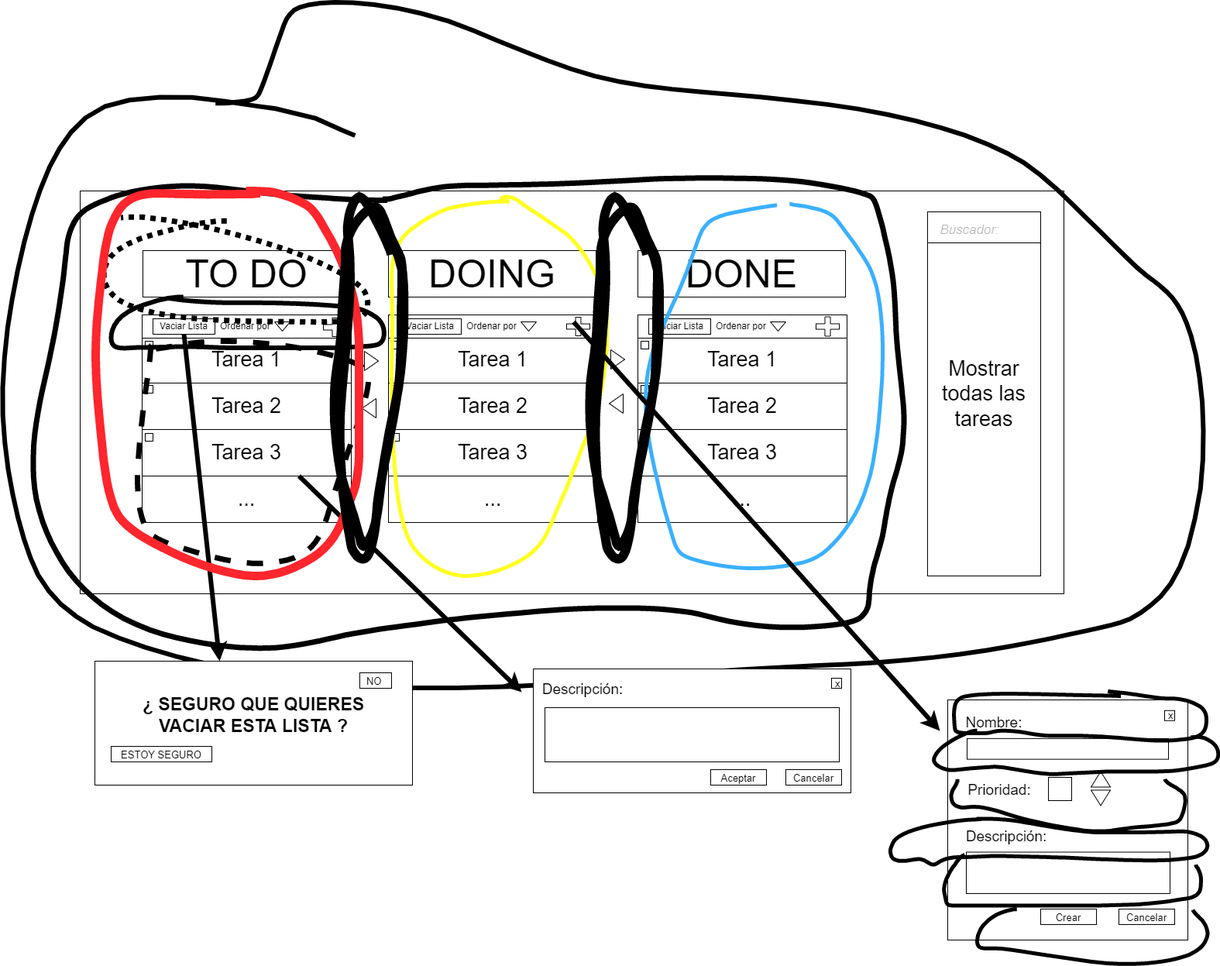
The draw.io diagram imgs/MaquetacionDistribucionBloques.png in OsmanMehmed/todo-list-web-nativo, before a commit. Source tidied: cells renumbered, new cells last; positions are measured from the earlier drawing's top-left corner, leaving out a move shared by most shapes.
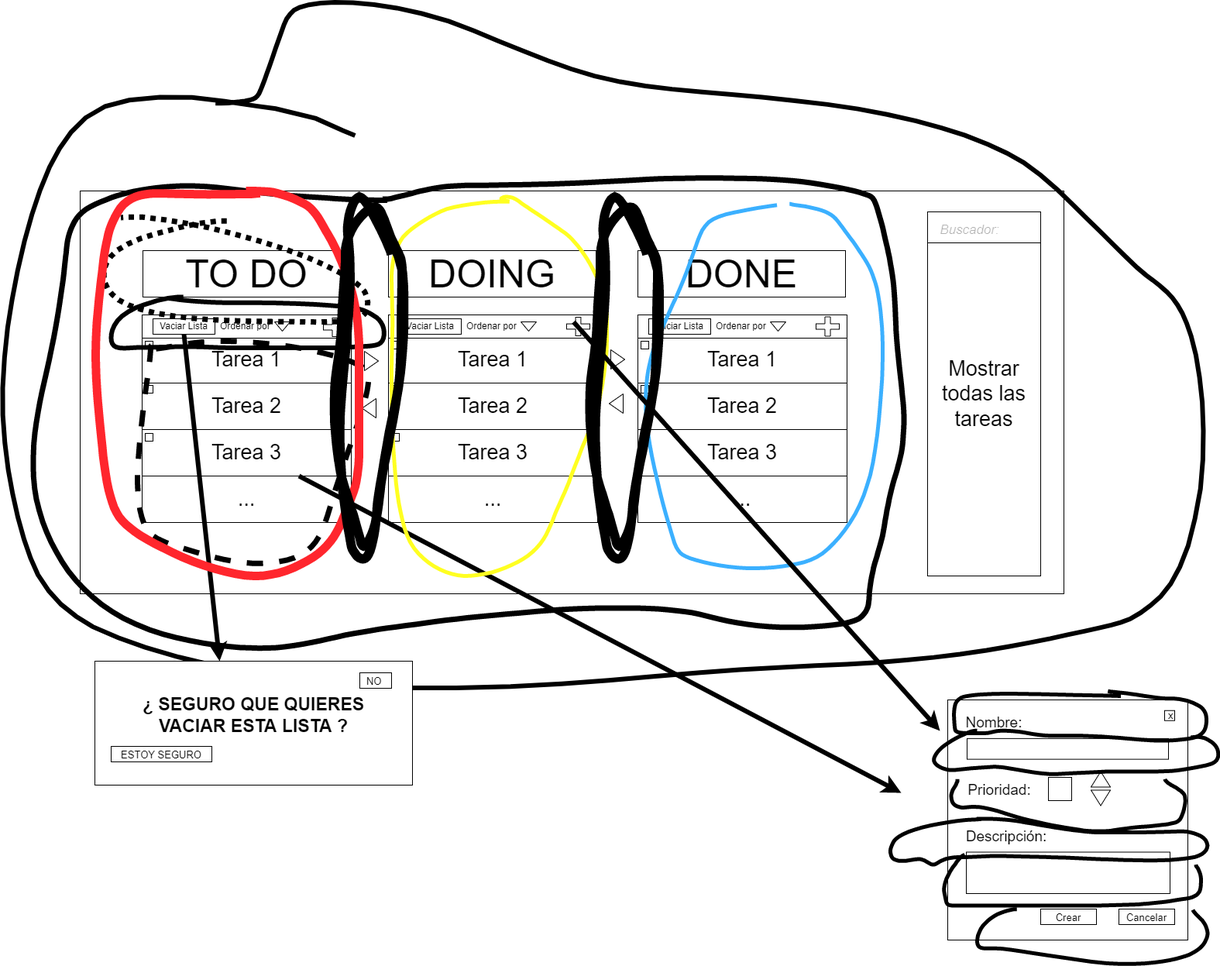
Above is the later version.

Commit message:
Maquetacion HTML - CSS 90% Terminado

The edit, as a diff of the source:
```diff
@@ -121,27 +121,9 @@
     </mxCell>
     <mxCell id="41" style="endArrow=classic;html=1;rounded=0;fontSize=50;exitX=0.75;exitY=1;exitDx=0;exitDy=0;strokeWidth=6;" parent="1" edge="1" source="7">
       <mxGeometry relative="1" as="geometry">
-        <mxPoint x="670" y="890" as="targetPoint" />
+        <mxPoint x="1160" y="1020" as="targetPoint" />
       </mxGeometry>
     </mxCell>
-    <mxCell id="42" style="rounded=0;whiteSpace=wrap;html=1;fontSize=50;" parent="1" vertex="1">
-      <mxGeometry x="685" y="860" width="410" height="160" as="geometry" />
-    </mxCell>
-    <mxCell id="43" value="&lt;font style=&quot;font-size: 19px&quot;&gt;Descripción:&lt;/font&gt;" style="text;html=1;strokeColor=none;fillColor=none;align=center;verticalAlign=middle;whiteSpace=wrap;rounded=0;fontSize=50;" parent="1" vertex="1">
-      <mxGeometry x="719" y="860" width="60" height="30" as="geometry" />
-    </mxCell>
-    <mxCell id="44" style="rounded=0;whiteSpace=wrap;html=1;fontSize=19;" parent="1" vertex="1">
-      <mxGeometry x="700" y="910" width="380" height="70" as="geometry" />
-    </mxCell>
-    <mxCell id="45" value="&lt;span style=&quot;font-size: 13px&quot;&gt;Aceptar&lt;/span&gt;" style="rounded=0;whiteSpace=wrap;html=1;fontSize=19;" parent="1" vertex="1">
-      <mxGeometry x="914" y="990" width="72" height="20" as="geometry" />
-    </mxCell>
-    <mxCell id="46" value="&lt;span style=&quot;font-size: 13px&quot;&gt;Cancelar&lt;/span&gt;" style="rounded=0;whiteSpace=wrap;html=1;fontSize=19;" parent="1" vertex="1">
-      <mxGeometry x="1011" y="990" width="72" height="20" as="geometry" />
-    </mxCell>
-    <mxCell id="47" value="&amp;nbsp;x" style="whiteSpace=wrap;html=1;fontSize=13;" parent="1" vertex="1">
-      <mxGeometry x="1070" y="872" width="13" height="13" as="geometry" />
-    </mxCell>
     <mxCell id="48" style="triangle;whiteSpace=wrap;html=1;fontSize=27;" parent="1" vertex="1">
       <mxGeometry x="467" y="450" width="18" height="25" as="geometry" />
     </mxCell>
```
